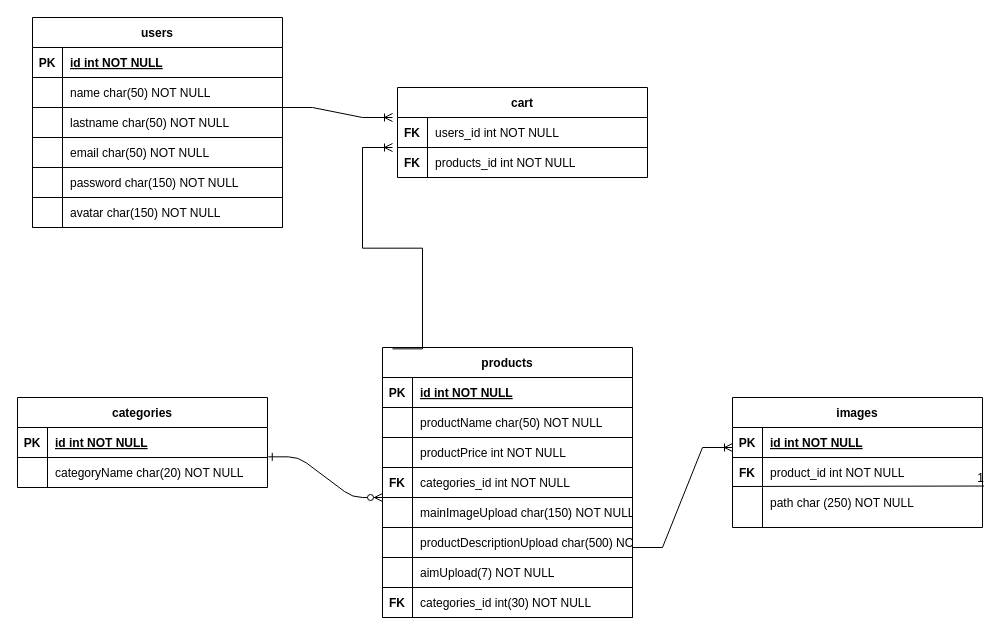
sacifuentespa/grupo_8_ECommerce keeps this draw.io diagram as design/Untitled Diagram.drawio. Above is the earlier version. Source tidied: cells renumbered, new cells numbered last; positions are measured from the earlier drawing's top-left corner, leaving out a move shared by most shapes. Both pictures are drawn from the tidied source at 100%, with x=0, y=0 at pixel (17, 17).
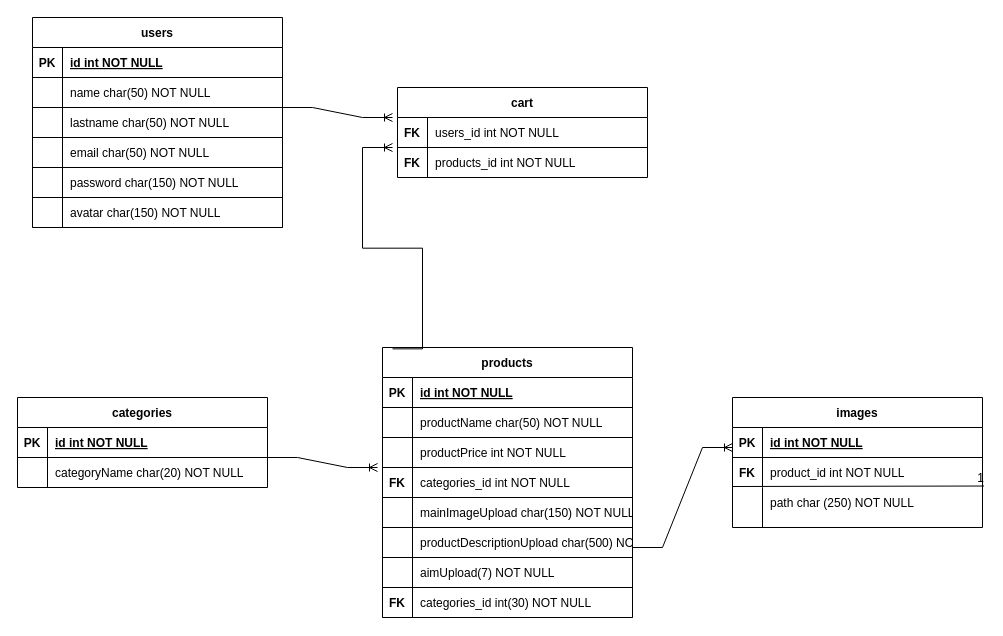
The same page after the edit.

The change refers to these unchanged cells:
```xml
<mxCell id="50" style="shape=partialRectangle;fillColor=none;points=[[0,0.5],[1,0.5]];portConstraint=eastwest;top=0;left=0;right=0;bottom=0;" parent="46" vertex="1">
  <mxGeometry y="60" width="250" height="30" as="geometry" />
</mxCell>
```

The edit, as a diff of the source:
```diff
@@
-    <mxCell id="53" style="edgeStyle=entityRelationEdgeStyle;endArrow=ERzeroToMany;startArrow=ERone;endFill=1;startFill=0;exitX=1.003;exitY=-0.022;exitDx=0;exitDy=0;exitPerimeter=0;" parent="1" edge="1" source="50">
-      <mxGeometry relative="1" as="geometry">
-        <mxPoint x="365" y="480" as="targetPoint" />
-      </mxGeometry>
-    </mxCell>
@@
+    <mxCell id="80" style="edgeStyle=entityRelationEdgeStyle;fontSize=12;html=1;endArrow=ERoneToMany;rounded=0;sketch=0;" parent="1" edge="1">
+      <mxGeometry relative="1" as="geometry">
+        <mxPoint x="250" y="440" as="sourcePoint" />
+        <mxPoint x="360" y="450" as="targetPoint" />
+      </mxGeometry>
+    </mxCell>
```
